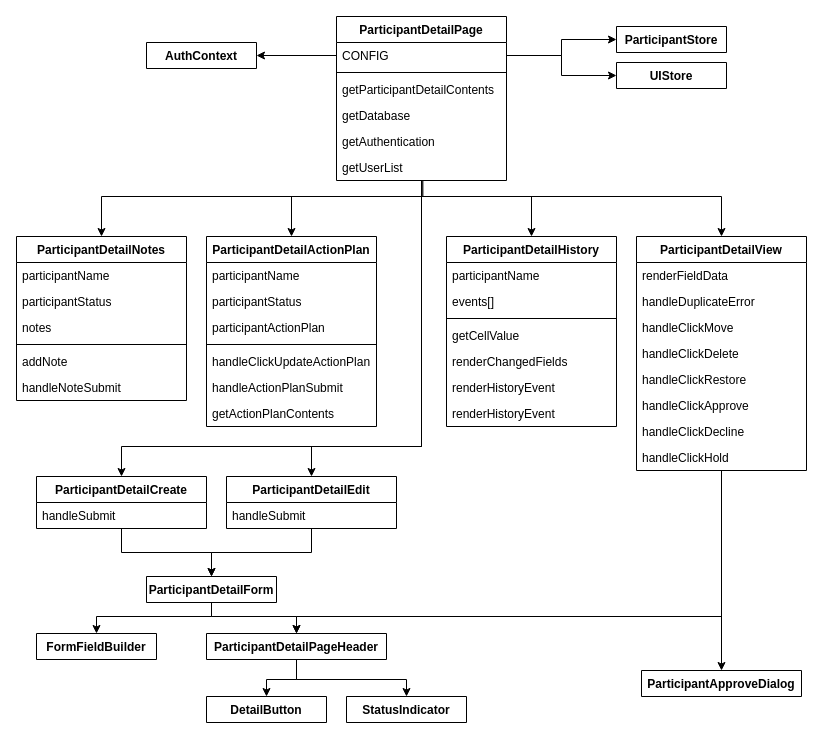
Before: page "ParticipantDetail" (6 of 8) of docs/Diagrams/PYCS Database App Diagram.drawio in PathfinderYouth/pycs_database_app, a draw.io diagram. Source tidied: cells renumbered, new cells numbered last; positions are measured from the earlier drawing's top-left corner, leaving out a move shared by most shapes. Both pictures are drawn from the tidied source at 100%, with x=0, y=0 at pixel (16, 16).
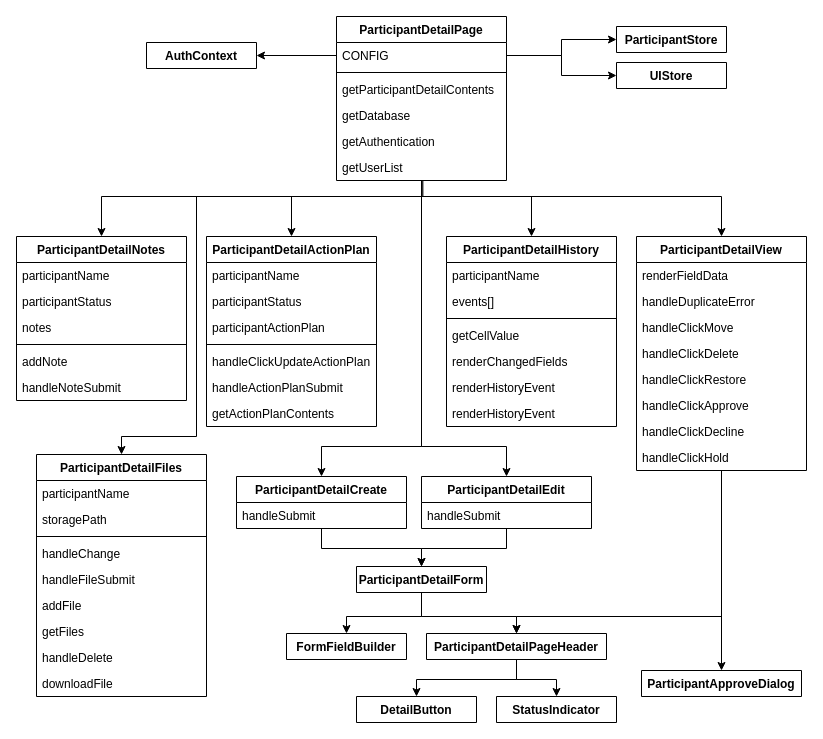
Above is the later version.

The change refers to these unchanged cells:
```xml
<mxCell id="5" value="ParticipantDetailPage" style="swimlane;fontStyle=1;align=center;verticalAlign=top;horizontal=1;startSize=26;" parent="1" vertex="1">
  <mxGeometry x="320" width="170" height="164" as="geometry" />
</mxCell>
<mxCell id="60" value="ParticipantDetailView" style="swimlane;fontStyle=1;align=center;verticalAlign=top;horizontal=1;startSize=26;" parent="1" vertex="1">
  <mxGeometry x="620" y="220" width="170" height="234" as="geometry" />
</mxCell>
```

Diff of the diagram source:
```diff
@@
     <mxCell id="3" style="edgeStyle=orthogonalEdgeStyle;rounded=0;jettySize=auto;html=1;entryX=0.5;entryY=0;entryDx=0;entryDy=0;" parent="1" edge="1" source="5" target="56">
       <mxGeometry relative="1" as="geometry">
         <Array as="points">
           <mxPoint x="405" y="430" />
-          <mxPoint x="295" y="430" />
+          <mxPoint x="490" y="430" />
         </Array>
       </mxGeometry>
     </mxCell>
     <mxCell id="4" style="edgeStyle=orthogonalEdgeStyle;rounded=0;jettySize=auto;html=1;entryX=0.5;entryY=0;entryDx=0;entryDy=0;" parent="1" edge="1" source="5" target="53">
       <mxGeometry relative="1" as="geometry">
         <Array as="points">
           <mxPoint x="405" y="430" />
-          <mxPoint x="105" y="430" />
+          <mxPoint x="305" y="430" />
         </Array>
       </mxGeometry>
     </mxCell>
+    <mxCell id="71" style="edgeStyle=orthogonalEdgeStyle;rounded=0;jettySize=auto;html=1;entryX=0.5;entryY=0;entryDx=0;entryDy=0;" parent="1" edge="1" source="5" target="72">
+      <mxGeometry relative="1" as="geometry">
+        <Array as="points">
+          <mxPoint x="405" y="180" />
+          <mxPoint x="180" y="180" />
+          <mxPoint x="180" y="420" />
+          <mxPoint x="105" y="420" />
+        </Array>
+      </mxGeometry>
+    </mxCell>
@@
     <mxCell id="43" style="edgeStyle=orthogonalEdgeStyle;rounded=0;jettySize=auto;html=1;entryX=0.5;entryY=0;entryDx=0;entryDy=0;" parent="1" edge="1" source="45" target="49">
       <mxGeometry relative="1" as="geometry">
         <Array as="points">
-          <mxPoint x="195" y="600" />
-          <mxPoint x="80" y="600" />
+          <mxPoint x="405" y="600" />
+          <mxPoint x="330" y="600" />
         </Array>
       </mxGeometry>
     </mxCell>
     <mxCell id="44" style="edgeStyle=orthogonalEdgeStyle;rounded=0;jettySize=auto;html=1;entryX=0.5;entryY=0;entryDx=0;entryDy=0;" parent="1" edge="1" source="45" target="48">
       <mxGeometry relative="1" as="geometry">
         <Array as="points">
-          <mxPoint x="195" y="600" />
-          <mxPoint x="280" y="600" />
+          <mxPoint x="405" y="600" />
+          <mxPoint x="500" y="600" />
         </Array>
       </mxGeometry>
     </mxCell>
     <mxCell id="45" value="ParticipantDetailForm" style="swimlane;fontStyle=1;align=center;verticalAlign=top;horizontal=1;startSize=34;" parent="1" vertex="1">
-      <mxGeometry x="130" y="560" width="130" height="26" as="geometry" />
+      <mxGeometry x="340" y="550" width="130" height="26" as="geometry" />
     </mxCell>
@@
     <mxCell id="47" style="edgeStyle=orthogonalEdgeStyle;rounded=0;jettySize=auto;html=1;entryX=0.5;entryY=0;entryDx=0;entryDy=0;" parent="1" edge="1" source="48" target="51">
       <mxGeometry relative="1" as="geometry">
         <Array as="points">
-          <mxPoint x="280" y="663" />
-          <mxPoint x="390" y="663" />
+          <mxPoint x="500" y="663" />
+          <mxPoint x="540" y="663" />
         </Array>
       </mxGeometry>
     </mxCell>
     <mxCell id="48" value="ParticipantDetailPageHeader" style="swimlane;fontStyle=1;align=center;verticalAlign=top;horizontal=1;startSize=34;" parent="1" vertex="1">
-      <mxGeometry x="190" y="617" width="180" height="26" as="geometry" />
+      <mxGeometry x="410" y="617" width="180" height="26" as="geometry" />
     </mxCell>
     <mxCell id="49" value="FormFieldBuilder" style="swimlane;fontStyle=1;align=center;verticalAlign=top;horizontal=1;startSize=34;" parent="1" vertex="1">
-      <mxGeometry x="20" y="617" width="120" height="26" as="geometry" />
+      <mxGeometry x="270" y="617" width="120" height="26" as="geometry" />
     </mxCell>
     <mxCell id="50" value="DetailButton" style="swimlane;fontStyle=1;align=center;verticalAlign=top;horizontal=1;startSize=34;" parent="1" vertex="1">
-      <mxGeometry x="190" y="680" width="120" height="26" as="geometry" />
+      <mxGeometry x="340" y="680" width="120" height="26" as="geometry" />
     </mxCell>
     <mxCell id="51" value="StatusIndicator" style="swimlane;fontStyle=1;align=center;verticalAlign=top;horizontal=1;startSize=34;" parent="1" vertex="1">
-      <mxGeometry x="330" y="680" width="120" height="26" as="geometry" />
+      <mxGeometry x="480" y="680" width="120" height="26" as="geometry" />
     </mxCell>
@@
     <mxCell id="53" value="ParticipantDetailCreate" style="swimlane;fontStyle=1;align=center;verticalAlign=top;horizontal=1;startSize=26;" parent="1" vertex="1">
-      <mxGeometry x="20" y="460" width="170" height="52" as="geometry" />
+      <mxGeometry x="220" y="460" width="170" height="52" as="geometry" />
     </mxCell>
@@
     <mxCell id="56" value="ParticipantDetailEdit" style="swimlane;fontStyle=1;align=center;verticalAlign=top;horizontal=1;startSize=26;" parent="1" vertex="1">
-      <mxGeometry x="210" y="460" width="170" height="52" as="geometry" />
+      <mxGeometry x="405" y="460" width="170" height="52" as="geometry" />
     </mxCell>
@@
     <mxCell id="58" style="edgeStyle=orthogonalEdgeStyle;rounded=0;jettySize=auto;html=1;entryX=0.5;entryY=0;entryDx=0;entryDy=0;" parent="1" edge="1" source="60" target="48">
       <mxGeometry relative="1" as="geometry">
         <Array as="points">
           <mxPoint x="705" y="600" />
-          <mxPoint x="280" y="600" />
+          <mxPoint x="500" y="600" />
         </Array>
       </mxGeometry>
     </mxCell>
@@
+    <mxCell id="72" value="ParticipantDetailFiles" style="swimlane;fontStyle=1;align=center;verticalAlign=top;horizontal=1;startSize=26;" parent="1" vertex="1">
+      <mxGeometry x="20" y="438" width="170" height="242" as="geometry" />
+    </mxCell>
+    <mxCell id="73" value="participantName" style="text;strokeColor=none;fillColor=none;align=left;verticalAlign=top;spacingLeft=4;spacingRight=4;overflow=hidden;" parent="72" vertex="1">
+      <mxGeometry y="26" width="170" height="26" as="geometry" />
+    </mxCell>
+    <mxCell id="74" value="storagePath" style="text;strokeColor=none;fillColor=none;align=left;verticalAlign=top;spacingLeft=4;spacingRight=4;overflow=hidden;" parent="72" vertex="1">
+      <mxGeometry y="52" width="170" height="26" as="geometry" />
+    </mxCell>
+    <mxCell id="75" style="line;strokeWidth=1;fillColor=none;align=left;verticalAlign=middle;spacingTop=-1;spacingLeft=3;spacingRight=3;labelPosition=right;" parent="72" vertex="1">
+      <mxGeometry y="78" width="170" height="8" as="geometry" />
+    </mxCell>
+    <mxCell id="76" value="handleChange" style="text;strokeColor=none;fillColor=none;align=left;verticalAlign=top;spacingLeft=4;spacingRight=4;overflow=hidden;" parent="72" vertex="1">
+      <mxGeometry y="86" width="170" height="26" as="geometry" />
+    </mxCell>
+    <mxCell id="77" value="handleFileSubmit" style="text;strokeColor=none;fillColor=none;align=left;verticalAlign=top;spacingLeft=4;spacingRight=4;overflow=hidden;" parent="72" vertex="1">
+      <mxGeometry y="112" width="170" height="26" as="geometry" />
+    </mxCell>
+    <mxCell id="78" value="addFile" style="text;strokeColor=none;fillColor=none;align=left;verticalAlign=top;spacingLeft=4;spacingRight=4;overflow=hidden;" parent="72" vertex="1">
+      <mxGeometry y="138" width="170" height="26" as="geometry" />
+    </mxCell>
+    <mxCell id="79" value="getFiles" style="text;strokeColor=none;fillColor=none;align=left;verticalAlign=top;spacingLeft=4;spacingRight=4;overflow=hidden;" parent="72" vertex="1">
+      <mxGeometry y="164" width="170" height="26" as="geometry" />
+    </mxCell>
+    <mxCell id="80" value="handleDelete" style="text;strokeColor=none;fillColor=none;align=left;verticalAlign=top;spacingLeft=4;spacingRight=4;overflow=hidden;" parent="72" vertex="1">
+      <mxGeometry y="190" width="170" height="26" as="geometry" />
+    </mxCell>
+    <mxCell id="81" value="downloadFile" style="text;strokeColor=none;fillColor=none;align=left;verticalAlign=top;spacingLeft=4;spacingRight=4;overflow=hidden;" parent="72" vertex="1">
+      <mxGeometry y="216" width="170" height="26" as="geometry" />
+    </mxCell>
```
